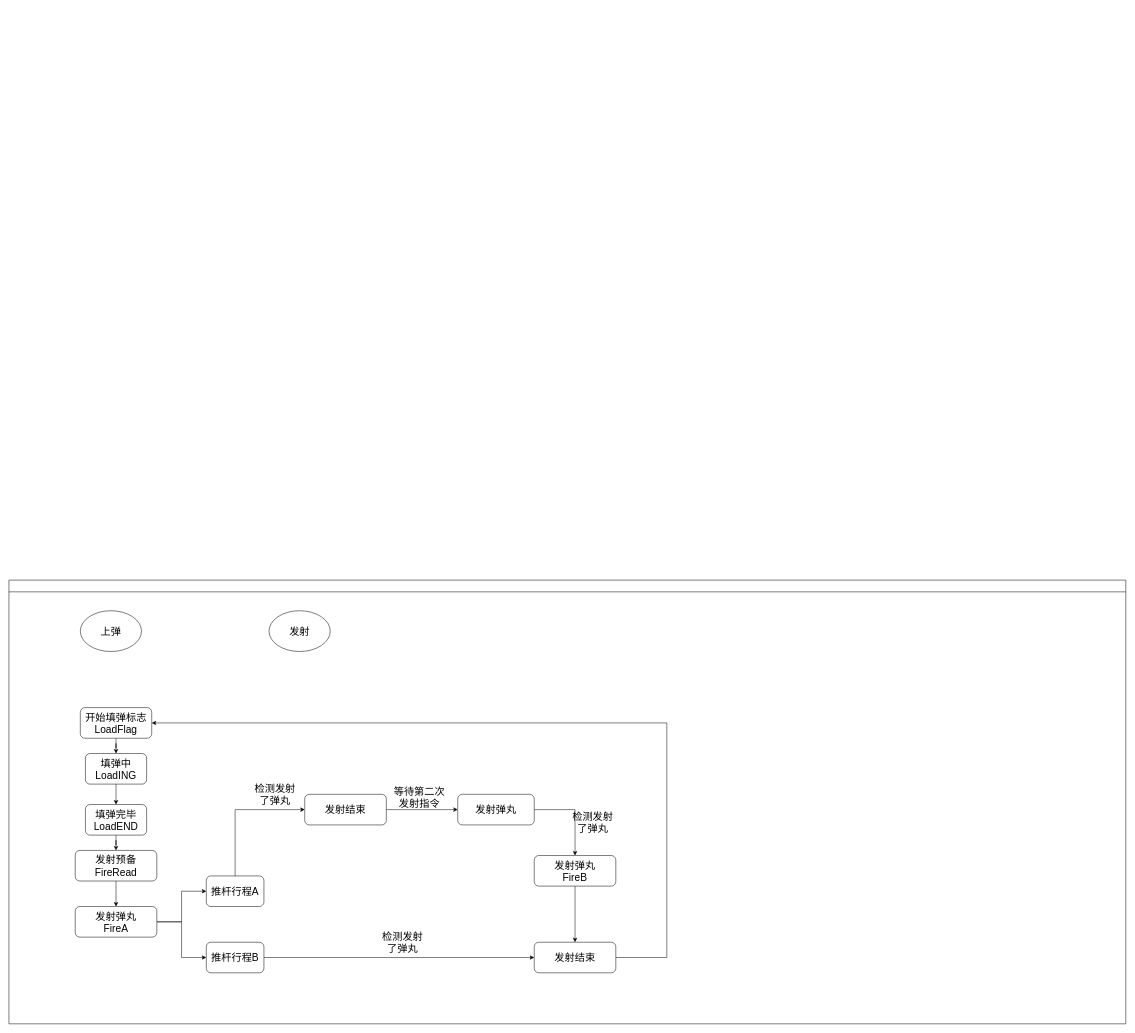
Zhangziji-Cumulus/Cumulus_Notes keeps this draw.io diagram as 英雄发射机构自动逻辑.drawio. Above is the earlier version. Source tidied: cells renumbered, new cells numbered last; positions are measured from the earlier drawing's top-left corner, leaving out a move shared by most shapes. Both pictures are drawn from the tidied source at 51%, with x=0, y=0 at pixel (9, 580).
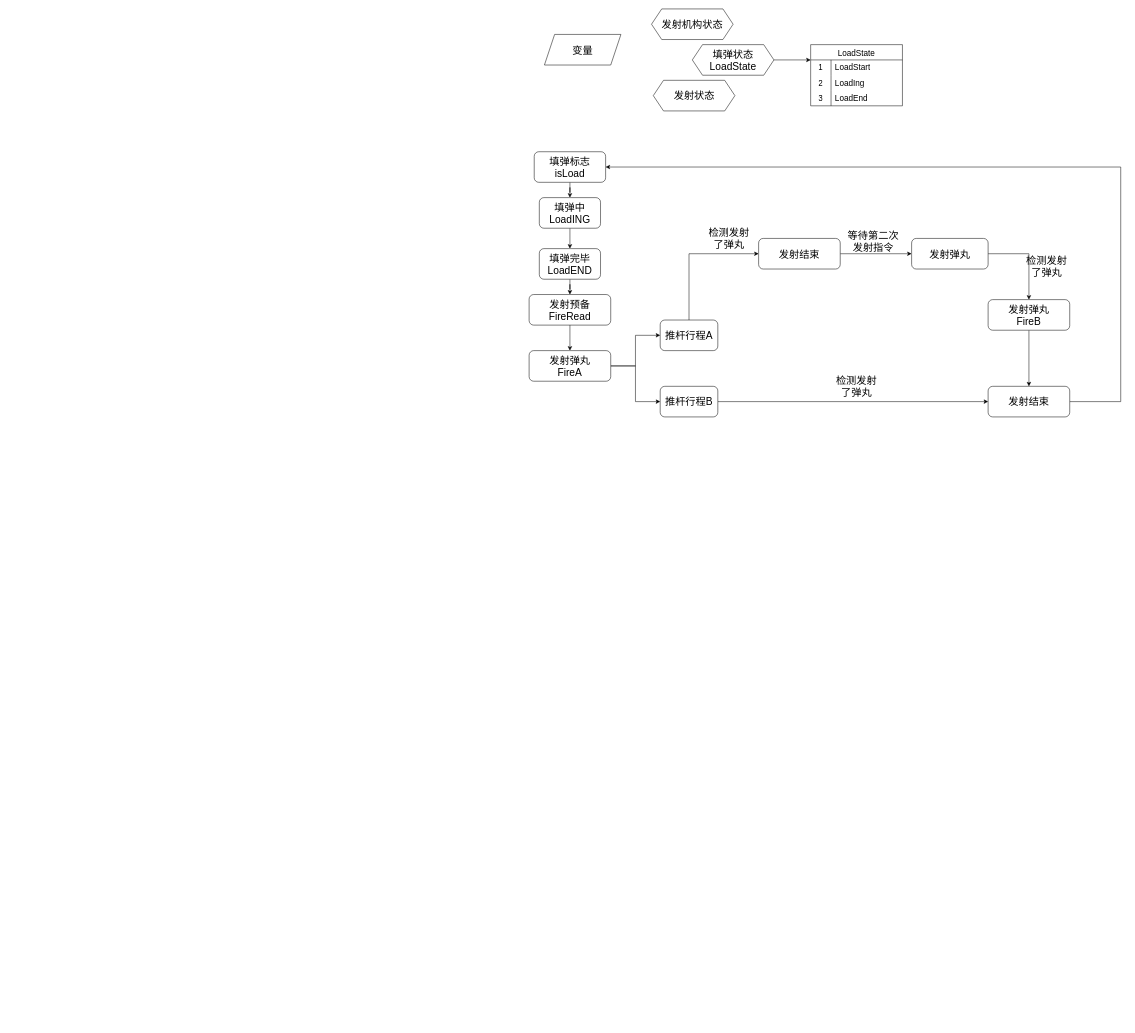
The same diagram, later.

Commit message (it also covers changes not shown here):
更新英雄发射机构自动逻辑.drawio

Diff of the diagram source:
```diff
@@
-    <mxCell id="2" style="swimlane;whiteSpace=wrap;html=1;" parent="1" vertex="1">
-      <mxGeometry width="2190" height="870" as="geometry" />
-    </mxCell>
-    <mxCell id="3" style="edgeStyle=orthogonalEdgeStyle;rounded=0;jettySize=auto;html=1;entryX=0.5;entryY=0;entryDx=0;entryDy=0;" parent="2" edge="1" source="4" target="8">
-      <mxGeometry relative="1" as="geometry" />
-    </mxCell>
-    <mxCell id="4" value="&lt;span style=&quot;font-size: 20px;&quot;&gt;开始填弹标志LoadFlag&lt;/span&gt;" style="rounded=1;whiteSpace=wrap;html=1;" parent="2" vertex="1">
-      <mxGeometry x="140" y="250" width="140" height="60" as="geometry" />
-    </mxCell>
-    <mxCell id="5" value="&lt;font style=&quot;font-size: 20px;&quot;&gt;上弹&lt;/font&gt;" style="ellipse;whiteSpace=wrap;html=1;" parent="2" vertex="1">
-      <mxGeometry x="140" y="60" width="120" height="80" as="geometry" />
-    </mxCell>
-    <mxCell id="6" value="&lt;span style=&quot;font-size: 20px;&quot;&gt;发射&lt;/span&gt;" style="ellipse;whiteSpace=wrap;html=1;" parent="2" vertex="1">
-      <mxGeometry x="510" y="60" width="120" height="80" as="geometry" />
-    </mxCell>
+    <mxCell id="32" style="edgeStyle=orthogonalEdgeStyle;rounded=0;jettySize=auto;html=1;entryX=0.5;entryY=0;entryDx=0;entryDy=0;" parent="1" edge="1" source="33" target="8">
+      <mxGeometry relative="1" as="geometry" />
+    </mxCell>
+    <mxCell id="33" value="&lt;span style=&quot;font-size: 20px;&quot;&gt;填弹标志isLoad&lt;/span&gt;" style="rounded=1;whiteSpace=wrap;html=1;" parent="1" vertex="1">
+      <mxGeometry x="1030" y="-840" width="140" height="60" as="geometry" />
+    </mxCell>
-    <mxCell id="7" style="edgeStyle=orthogonalEdgeStyle;rounded=0;jettySize=auto;html=1;entryX=0.5;entryY=0;entryDx=0;entryDy=0;" parent="2" edge="1" source="8" target="10">
+    <mxCell id="7" style="edgeStyle=orthogonalEdgeStyle;rounded=0;jettySize=auto;html=1;entryX=0.5;entryY=0;entryDx=0;entryDy=0;" parent="1" edge="1" source="8" target="10">
       <mxGeometry relative="1" as="geometry" />
     </mxCell>
-    <mxCell id="8" value="&lt;span style=&quot;font-size: 20px;&quot;&gt;填弹中LoadING&lt;/span&gt;" style="rounded=1;whiteSpace=wrap;html=1;" parent="2" vertex="1">
-      <mxGeometry x="150" y="340" width="120" height="60" as="geometry" />
+    <mxCell id="8" value="&lt;span style=&quot;font-size: 20px;&quot;&gt;填弹中LoadING&lt;/span&gt;" style="rounded=1;whiteSpace=wrap;html=1;" parent="1" vertex="1">
+      <mxGeometry x="1040" y="-750" width="120" height="60" as="geometry" />
     </mxCell>
-    <mxCell id="9" style="edgeStyle=orthogonalEdgeStyle;rounded=0;jettySize=auto;html=1;entryX=0.5;entryY=0;entryDx=0;entryDy=0;" parent="2" edge="1" source="10" target="12">
+    <mxCell id="9" style="edgeStyle=orthogonalEdgeStyle;rounded=0;jettySize=auto;html=1;entryX=0.5;entryY=0;entryDx=0;entryDy=0;" parent="1" edge="1" source="10" target="12">
       <mxGeometry relative="1" as="geometry" />
     </mxCell>
-    <mxCell id="10" value="&lt;span style=&quot;font-size: 20px;&quot;&gt;填弹完毕LoadEND&lt;/span&gt;" style="rounded=1;whiteSpace=wrap;html=1;" parent="2" vertex="1">
-      <mxGeometry x="150" y="440" width="120" height="60" as="geometry" />
+    <mxCell id="10" value="&lt;span style=&quot;font-size: 20px;&quot;&gt;填弹完毕LoadEND&lt;/span&gt;" style="rounded=1;whiteSpace=wrap;html=1;" parent="1" vertex="1">
+      <mxGeometry x="1040" y="-650" width="120" height="60" as="geometry" />
     </mxCell>
-    <mxCell id="11" style="edgeStyle=orthogonalEdgeStyle;rounded=0;jettySize=auto;html=1;" parent="2" edge="1" source="12" target="15">
+    <mxCell id="11" style="edgeStyle=orthogonalEdgeStyle;rounded=0;jettySize=auto;html=1;" parent="1" edge="1" source="12" target="15">
       <mxGeometry relative="1" as="geometry" />
     </mxCell>
-    <mxCell id="12" value="&lt;span style=&quot;font-size: 20px;&quot;&gt;发射预备FireRead&lt;/span&gt;" style="rounded=1;whiteSpace=wrap;html=1;" parent="2" vertex="1">
-      <mxGeometry x="130" y="530" width="160" height="60" as="geometry" />
+    <mxCell id="12" value="&lt;span style=&quot;font-size: 20px;&quot;&gt;发射预备FireRead&lt;/span&gt;" style="rounded=1;whiteSpace=wrap;html=1;" parent="1" vertex="1">
+      <mxGeometry x="1020" y="-560" width="160" height="60" as="geometry" />
     </mxCell>
-    <mxCell id="13" style="edgeStyle=orthogonalEdgeStyle;rounded=0;jettySize=auto;html=1;entryX=0;entryY=0.5;entryDx=0;entryDy=0;" parent="2" edge="1" source="15" target="17">
+    <mxCell id="13" style="edgeStyle=orthogonalEdgeStyle;rounded=0;jettySize=auto;html=1;entryX=0;entryY=0.5;entryDx=0;entryDy=0;" parent="1" edge="1" source="15" target="17">
       <mxGeometry relative="1" as="geometry" />
     </mxCell>
-    <mxCell id="14" style="edgeStyle=orthogonalEdgeStyle;rounded=0;jettySize=auto;html=1;entryX=0;entryY=0.5;entryDx=0;entryDy=0;" parent="2" edge="1" source="15" target="19">
+    <mxCell id="14" style="edgeStyle=orthogonalEdgeStyle;rounded=0;jettySize=auto;html=1;entryX=0;entryY=0.5;entryDx=0;entryDy=0;" parent="1" edge="1" source="15" target="19">
       <mxGeometry relative="1" as="geometry" />
     </mxCell>
-    <mxCell id="15" value="&lt;span style=&quot;font-size: 20px;&quot;&gt;发射弹丸&lt;/span&gt;&lt;div&gt;&lt;span style=&quot;font-size: 20px;&quot;&gt;FireA&lt;/span&gt;&lt;/div&gt;" style="rounded=1;whiteSpace=wrap;html=1;" parent="2" vertex="1">
-      <mxGeometry x="130" y="640" width="160" height="60" as="geometry" />
+    <mxCell id="15" value="&lt;span style=&quot;font-size: 20px;&quot;&gt;发射弹丸&lt;/span&gt;&lt;div&gt;&lt;span style=&quot;font-size: 20px;&quot;&gt;FireA&lt;/span&gt;&lt;/div&gt;" style="rounded=1;whiteSpace=wrap;html=1;" parent="1" vertex="1">
+      <mxGeometry x="1020" y="-450" width="160" height="60" as="geometry" />
     </mxCell>
-    <mxCell id="16" style="edgeStyle=orthogonalEdgeStyle;rounded=0;jettySize=auto;html=1;exitX=0.5;exitY=0;exitDx=0;exitDy=0;entryX=0;entryY=0.5;entryDx=0;entryDy=0;" parent="2" edge="1" source="17" target="24">
-      <mxGeometry relative="1" as="geometry" />
-    </mxCell>
+    <mxCell id="34" style="edgeStyle=orthogonalEdgeStyle;rounded=0;jettySize=auto;html=1;exitX=0.5;exitY=0;exitDx=0;exitDy=0;entryX=0;entryY=0.5;entryDx=0;entryDy=0;" parent="1" edge="1" source="17" target="39">
+      <mxGeometry relative="1" as="geometry" />
+    </mxCell>
-    <mxCell id="17" value="&lt;span style=&quot;font-size: 20px;&quot;&gt;推杆行程A&lt;/span&gt;" style="rounded=1;whiteSpace=wrap;html=1;" parent="2" vertex="1">
-      <mxGeometry x="387" y="580" width="113" height="60" as="geometry" />
+    <mxCell id="17" value="&lt;span style=&quot;font-size: 20px;&quot;&gt;推杆行程A&lt;/span&gt;" style="rounded=1;whiteSpace=wrap;html=1;" parent="1" vertex="1">
+      <mxGeometry x="1277" y="-510" width="113" height="60" as="geometry" />
     </mxCell>
-    <mxCell id="18" style="edgeStyle=orthogonalEdgeStyle;rounded=0;jettySize=auto;html=1;entryX=0;entryY=0.5;entryDx=0;entryDy=0;" parent="2" edge="1" source="19" target="29">
-      <mxGeometry relative="1" as="geometry" />
-    </mxCell>
+    <mxCell id="35" style="edgeStyle=orthogonalEdgeStyle;rounded=0;jettySize=auto;html=1;entryX=0;entryY=0.5;entryDx=0;entryDy=0;" parent="1" edge="1" source="19" target="42">
+      <mxGeometry relative="1" as="geometry" />
+    </mxCell>
-    <mxCell id="19" value="&lt;span style=&quot;font-size: 20px;&quot;&gt;推杆行程B&lt;/span&gt;" style="rounded=1;whiteSpace=wrap;html=1;" parent="2" vertex="1">
-      <mxGeometry x="387" y="710" width="113" height="60" as="geometry" />
+    <mxCell id="19" value="&lt;span style=&quot;font-size: 20px;&quot;&gt;推杆行程B&lt;/span&gt;" style="rounded=1;whiteSpace=wrap;html=1;" parent="1" vertex="1">
+      <mxGeometry x="1277" y="-380" width="113" height="60" as="geometry" />
     </mxCell>
-    <mxCell id="20" value="&lt;span style=&quot;font-size: 20px;&quot;&gt;检测发射了弹丸&lt;/span&gt;" style="text;html=1;whiteSpace=wrap;strokeColor=none;fillColor=none;align=center;verticalAlign=middle;rounded=0;" parent="2" vertex="1">
-      <mxGeometry x="480" y="390" width="84" height="60" as="geometry" />
-    </mxCell>
-    <mxCell id="21" style="edgeStyle=orthogonalEdgeStyle;rounded=0;jettySize=auto;html=1;exitX=0.5;exitY=1;exitDx=0;exitDy=0;entryX=0.5;entryY=0;entryDx=0;entryDy=0;" parent="2" edge="1" source="22" target="29">
-      <mxGeometry relative="1" as="geometry" />
-    </mxCell>
+    <mxCell id="36" value="&lt;span style=&quot;font-size: 20px;&quot;&gt;检测发射了弹丸&lt;/span&gt;" style="text;html=1;whiteSpace=wrap;strokeColor=none;fillColor=none;align=center;verticalAlign=middle;rounded=0;" parent="1" vertex="1">
+      <mxGeometry x="1370" y="-700" width="84" height="60" as="geometry" />
+    </mxCell>
+    <mxCell id="37" style="edgeStyle=orthogonalEdgeStyle;rounded=0;jettySize=auto;html=1;exitX=0.5;exitY=1;exitDx=0;exitDy=0;entryX=0.5;entryY=0;entryDx=0;entryDy=0;" parent="1" edge="1" source="22" target="42">
+      <mxGeometry relative="1" as="geometry" />
+    </mxCell>
-    <mxCell id="22" value="&lt;span style=&quot;font-size: 20px;&quot;&gt;发射弹丸&lt;/span&gt;&lt;div&gt;&lt;span style=&quot;font-size: 20px;&quot;&gt;FireB&lt;/span&gt;&lt;/div&gt;" style="rounded=1;whiteSpace=wrap;html=1;" parent="2" vertex="1">
-      <mxGeometry x="1030" y="540" width="160" height="60" as="geometry" />
+    <mxCell id="22" value="&lt;span style=&quot;font-size: 20px;&quot;&gt;发射弹丸&lt;/span&gt;&lt;div&gt;&lt;span style=&quot;font-size: 20px;&quot;&gt;FireB&lt;/span&gt;&lt;/div&gt;" style="rounded=1;whiteSpace=wrap;html=1;" parent="1" vertex="1">
+      <mxGeometry x="1920" y="-550" width="160" height="60" as="geometry" />
     </mxCell>
-    <mxCell id="23" style="edgeStyle=orthogonalEdgeStyle;rounded=0;jettySize=auto;html=1;exitX=1;exitY=0.5;exitDx=0;exitDy=0;entryX=0;entryY=0.5;entryDx=0;entryDy=0;" parent="2" edge="1" source="24" target="27">
-      <mxGeometry relative="1" as="geometry" />
-    </mxCell>
-    <mxCell id="24" value="&lt;span style=&quot;font-size: 20px;&quot;&gt;发射结束&lt;/span&gt;" style="rounded=1;whiteSpace=wrap;html=1;" parent="2" vertex="1">
-      <mxGeometry x="580" y="420" width="160" height="60" as="geometry" />
-    </mxCell>
-    <mxCell id="25" value="&lt;span style=&quot;font-size: 20px;&quot;&gt;检测发射了弹丸&lt;/span&gt;" style="text;html=1;whiteSpace=wrap;strokeColor=none;fillColor=none;align=center;verticalAlign=middle;rounded=0;" parent="2" vertex="1">
-      <mxGeometry x="1100" y="460" width="90" height="30" as="geometry" />
-    </mxCell>
+    <mxCell id="38" style="edgeStyle=orthogonalEdgeStyle;rounded=0;jettySize=auto;html=1;exitX=1;exitY=0.5;exitDx=0;exitDy=0;entryX=0;entryY=0.5;entryDx=0;entryDy=0;" parent="1" edge="1" source="39" target="27">
+      <mxGeometry relative="1" as="geometry" />
+    </mxCell>
+    <mxCell id="39" value="&lt;span style=&quot;font-size: 20px;&quot;&gt;发射结束&lt;/span&gt;" style="rounded=1;whiteSpace=wrap;html=1;" parent="1" vertex="1">
+      <mxGeometry x="1470" y="-670" width="160" height="60" as="geometry" />
+    </mxCell>
+    <mxCell id="40" value="&lt;span style=&quot;font-size: 20px;&quot;&gt;检测发射了弹丸&lt;/span&gt;" style="text;html=1;whiteSpace=wrap;strokeColor=none;fillColor=none;align=center;verticalAlign=middle;rounded=0;" parent="1" vertex="1">
+      <mxGeometry x="1990" y="-630" width="90" height="30" as="geometry" />
+    </mxCell>
-    <mxCell id="26" style="edgeStyle=orthogonalEdgeStyle;rounded=0;jettySize=auto;html=1;exitX=1;exitY=0.5;exitDx=0;exitDy=0;entryX=0.5;entryY=0;entryDx=0;entryDy=0;" parent="2" edge="1" source="27" target="22">
+    <mxCell id="26" style="edgeStyle=orthogonalEdgeStyle;rounded=0;jettySize=auto;html=1;exitX=1;exitY=0.5;exitDx=0;exitDy=0;entryX=0.5;entryY=0;entryDx=0;entryDy=0;" parent="1" edge="1" source="27" target="22">
       <mxGeometry relative="1" as="geometry" />
     </mxCell>
-    <mxCell id="27" value="&lt;span style=&quot;font-size: 20px;&quot;&gt;发射弹丸&lt;/span&gt;" style="rounded=1;whiteSpace=wrap;html=1;" parent="2" vertex="1">
-      <mxGeometry x="880" y="420" width="150" height="60" as="geometry" />
+    <mxCell id="27" value="&lt;span style=&quot;font-size: 20px;&quot;&gt;发射弹丸&lt;/span&gt;" style="rounded=1;whiteSpace=wrap;html=1;" parent="1" vertex="1">
+      <mxGeometry x="1770" y="-670" width="150" height="60" as="geometry" />
     </mxCell>
-    <mxCell id="28" style="edgeStyle=orthogonalEdgeStyle;rounded=0;jettySize=auto;html=1;exitX=1;exitY=0.5;exitDx=0;exitDy=0;entryX=1;entryY=0.5;entryDx=0;entryDy=0;" parent="2" edge="1" source="29" target="4">
-      <mxGeometry relative="1" as="geometry">
-        <Array as="points">
-          <mxPoint x="1290" y="740" />
-          <mxPoint x="1290" y="280" />
-        </Array>
-      </mxGeometry>
-    </mxCell>
-    <mxCell id="29" value="&lt;span style=&quot;font-size: 20px;&quot;&gt;发射结束&lt;/span&gt;" style="rounded=1;whiteSpace=wrap;html=1;" parent="2" vertex="1">
-      <mxGeometry x="1030" y="710" width="160" height="60" as="geometry" />
-    </mxCell>
+    <mxCell id="41" style="edgeStyle=orthogonalEdgeStyle;rounded=0;jettySize=auto;html=1;exitX=1;exitY=0.5;exitDx=0;exitDy=0;entryX=1;entryY=0.5;entryDx=0;entryDy=0;" parent="1" edge="1" source="42" target="33">
+      <mxGeometry relative="1" as="geometry">
+        <Array as="points">
+          <mxPoint x="2180" y="-350" />
+          <mxPoint x="2180" y="-810" />
+        </Array>
+      </mxGeometry>
+    </mxCell>
+    <mxCell id="42" value="&lt;span style=&quot;font-size: 20px;&quot;&gt;发射结束&lt;/span&gt;" style="rounded=1;whiteSpace=wrap;html=1;" parent="1" vertex="1">
+      <mxGeometry x="1920" y="-380" width="160" height="60" as="geometry" />
+    </mxCell>
-    <mxCell id="30" value="&lt;span style=&quot;font-size: 20px;&quot;&gt;等待第二次发射指令&lt;/span&gt;" style="text;html=1;whiteSpace=wrap;strokeColor=none;fillColor=none;align=center;verticalAlign=middle;rounded=0;" parent="2" vertex="1">
-      <mxGeometry x="750" y="410" width="110" height="30" as="geometry" />
+    <mxCell id="30" value="&lt;span style=&quot;font-size: 20px;&quot;&gt;等待第二次发射指令&lt;/span&gt;" style="text;html=1;whiteSpace=wrap;strokeColor=none;fillColor=none;align=center;verticalAlign=middle;rounded=0;" parent="1" vertex="1">
+      <mxGeometry x="1640" y="-680" width="110" height="30" as="geometry" />
     </mxCell>
-    <mxCell id="31" value="&lt;span style=&quot;font-size: 20px;&quot;&gt;检测发射了弹丸&lt;/span&gt;" style="text;html=1;whiteSpace=wrap;strokeColor=none;fillColor=none;align=center;verticalAlign=middle;rounded=0;" parent="2" vertex="1">
-      <mxGeometry x="730" y="680" width="84" height="60" as="geometry" />
-    </mxCell>
+    <mxCell id="43" value="&lt;span style=&quot;font-size: 20px;&quot;&gt;检测发射了弹丸&lt;/span&gt;" style="text;html=1;whiteSpace=wrap;strokeColor=none;fillColor=none;align=center;verticalAlign=middle;rounded=0;" parent="1" vertex="1">
+      <mxGeometry x="1620" y="-410" width="84" height="60" as="geometry" />
+    </mxCell>
+    <mxCell id="44" value="&lt;font style=&quot;font-size: 20px;&quot;&gt;变量&lt;/font&gt;" style="shape=parallelogram;perimeter=parallelogramPerimeter;whiteSpace=wrap;html=1;fixedSize=1;" parent="1" vertex="1">
+      <mxGeometry x="1050" y="-1070" width="150" height="60" as="geometry" />
+    </mxCell>
+    <mxCell id="45" value="&lt;font style=&quot;font-size: 20px;&quot;&gt;发射机构状态&lt;/font&gt;" style="shape=hexagon;perimeter=hexagonPerimeter2;whiteSpace=wrap;html=1;fixedSize=1;" parent="1" vertex="1">
+      <mxGeometry x="1260" y="-1120" width="160" height="60" as="geometry" />
+    </mxCell>
+    <mxCell id="46" style="edgeStyle=orthogonalEdgeStyle;rounded=0;jettySize=auto;html=1;exitX=1;exitY=0.5;exitDx=0;exitDy=0;entryX=0;entryY=0.25;entryDx=0;entryDy=0;" parent="1" edge="1" source="47" target="49">
+      <mxGeometry relative="1" as="geometry" />
+    </mxCell>
+    <mxCell id="47" value="&lt;font style=&quot;font-size: 20px;&quot;&gt;填弹状态&lt;/font&gt;&lt;font style=&quot;font-size: 20px;&quot;&gt;LoadState&lt;/font&gt;" style="shape=hexagon;perimeter=hexagonPerimeter2;whiteSpace=wrap;html=1;fixedSize=1;" parent="1" vertex="1">
+      <mxGeometry x="1340" y="-1050" width="160" height="60" as="geometry" />
+    </mxCell>
+    <mxCell id="48" value="&lt;font style=&quot;font-size: 20px;&quot;&gt;发射状态&lt;/font&gt;" style="shape=hexagon;perimeter=hexagonPerimeter2;whiteSpace=wrap;html=1;fixedSize=1;" parent="1" vertex="1">
+      <mxGeometry x="1263.5" y="-980" width="160" height="60" as="geometry" />
+    </mxCell>
+    <mxCell id="49" value="LoadState" style="shape=table;startSize=30;childLayout=tableLayout;rowLines=0;fontStyle=0;strokeColor=default;fontSize=16;" parent="1" vertex="1">
+      <mxGeometry x="1572" y="-1050" width="180" height="120" as="geometry" />
+    </mxCell>
+    <mxCell id="50" style="shape=tableRow;horizontal=0;startSize=0;swimlaneHead=0;swimlaneBody=0;top=0;left=0;bottom=0;right=0;fillColor=none;strokeColor=inherit;fontSize=16;" parent="49" vertex="1">
+      <mxGeometry y="30" width="180" height="30" as="geometry" />
+    </mxCell>
+    <mxCell id="51" value="1" style="shape=partialRectangle;html=1;whiteSpace=wrap;fillColor=none;top=0;left=0;bottom=0;right=0;overflow=hidden;strokeColor=inherit;fontSize=16;" parent="50" vertex="1">
+      <mxGeometry width="40" height="30" as="geometry" />
+    </mxCell>
+    <mxCell id="52" value="LoadStart" style="shape=partialRectangle;html=1;whiteSpace=wrap;fillColor=none;top=0;left=0;bottom=0;right=0;align=left;spacingLeft=6;overflow=hidden;strokeColor=inherit;fontSize=16;" parent="50" vertex="1">
+      <mxGeometry x="40" width="140" height="30" as="geometry" />
+    </mxCell>
+    <mxCell id="53" style="shape=tableRow;horizontal=0;startSize=0;swimlaneHead=0;swimlaneBody=0;top=0;left=0;bottom=0;right=0;fillColor=none;strokeColor=inherit;fontSize=16;" parent="49" vertex="1">
+      <mxGeometry y="60" width="180" height="30" as="geometry" />
+    </mxCell>
+    <mxCell id="54" value="2" style="shape=partialRectangle;html=1;whiteSpace=wrap;fillColor=none;top=0;left=0;bottom=0;right=0;overflow=hidden;strokeColor=inherit;fontSize=16;" parent="53" vertex="1">
+      <mxGeometry width="40" height="30" as="geometry" />
+    </mxCell>
+    <mxCell id="55" value="LoadIng" style="shape=partialRectangle;html=1;whiteSpace=wrap;fillColor=none;top=0;left=0;bottom=0;right=0;align=left;spacingLeft=6;overflow=hidden;strokeColor=inherit;fontSize=16;" parent="53" vertex="1">
+      <mxGeometry x="40" width="140" height="30" as="geometry" />
+    </mxCell>
+    <mxCell id="56" style="shape=tableRow;horizontal=0;startSize=0;swimlaneHead=0;swimlaneBody=0;top=0;left=0;bottom=0;right=0;fillColor=none;strokeColor=inherit;fontSize=16;" parent="49" vertex="1">
+      <mxGeometry y="90" width="180" height="30" as="geometry" />
+    </mxCell>
+    <mxCell id="57" value="3" style="shape=partialRectangle;html=1;whiteSpace=wrap;fillColor=none;top=0;left=0;bottom=0;right=0;overflow=hidden;strokeColor=inherit;fontSize=16;" parent="56" vertex="1">
+      <mxGeometry width="40" height="30" as="geometry" />
+    </mxCell>
+    <mxCell id="58" value="LoadEnd" style="shape=partialRectangle;html=1;whiteSpace=wrap;fillColor=none;top=0;left=0;bottom=0;right=0;align=left;spacingLeft=6;overflow=hidden;strokeColor=inherit;fontSize=16;" parent="56" vertex="1">
+      <mxGeometry x="40" width="140" height="30" as="geometry" />
+    </mxCell>
```
